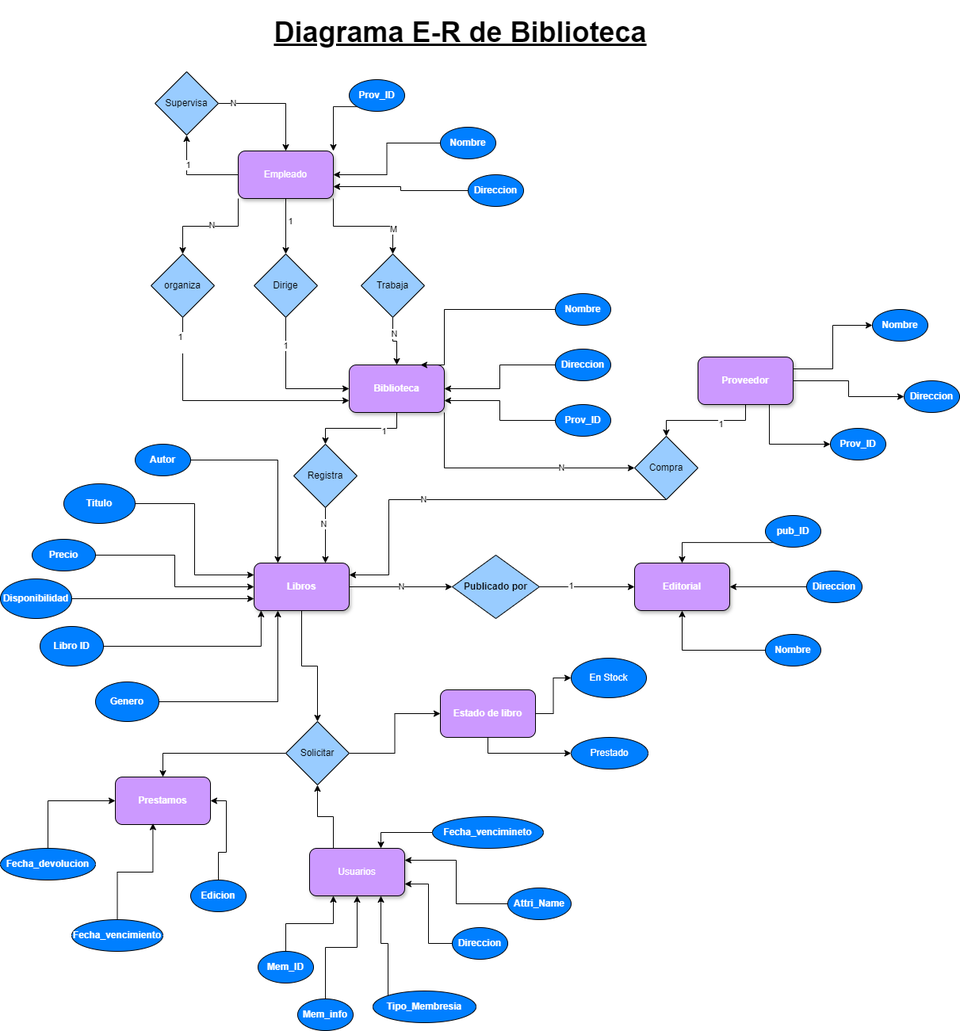
This is Diagrama E-R Biblioteca.drawio.png from Shadow-inmutable/BASE_DATOS-TRABAJOS-CLASES_IV, a draw.io export, as it was before one commit. Source tidied: cells renumbered, new cells last; positions are measured from the earlier drawing's top-left corner, leaving out a move shared by most shapes.
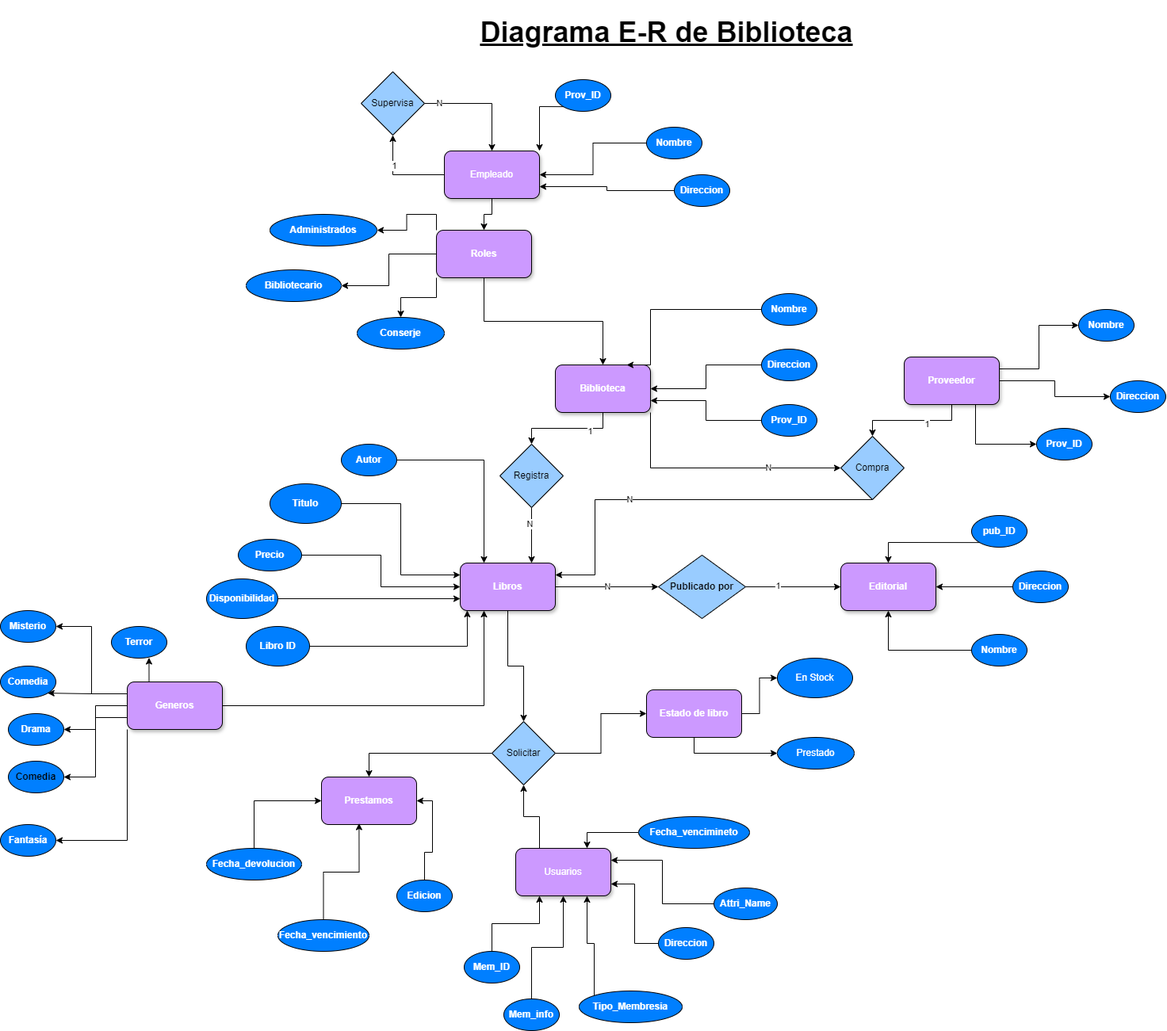
The same diagram one commit later.

Change to the diagram source:
```diff
@@ -29,24 +29,6 @@
     <mxCell id="10" value="1" style="edgeLabel;html=1;align=center;verticalAlign=middle;" parent="9" vertex="1">
       <mxGeometry x="0.35" y="-1" relative="1" as="geometry" />
     </mxCell>
-    <mxCell id="11" style="edgeStyle=orthogonalEdgeStyle;rounded=0;jettySize=auto;html=1;exitX=0.5;exitY=1;exitDx=0;exitDy=0;entryX=0.5;entryY=0;entryDx=0;entryDy=0;" parent="1" edge="1" source="74" target="40">
-      <mxGeometry relative="1" as="geometry" />
-    </mxCell>
-    <mxCell id="12" value="1" style="edgeLabel;html=1;align=center;verticalAlign=middle;" parent="11" vertex="1">
-      <mxGeometry x="-0.2" y="5" relative="1" as="geometry" />
-    </mxCell>
-    <mxCell id="13" style="edgeStyle=orthogonalEdgeStyle;rounded=0;jettySize=auto;html=1;exitX=0;exitY=1;exitDx=0;exitDy=0;" parent="1" edge="1" source="74" target="34">
-      <mxGeometry relative="1" as="geometry" />
-    </mxCell>
-    <mxCell id="14" value="N" style="edgeLabel;html=1;align=center;verticalAlign=middle;" parent="13" vertex="1">
-      <mxGeometry x="-0.01" y="-2" relative="1" as="geometry" />
-    </mxCell>
-    <mxCell id="15" style="edgeStyle=orthogonalEdgeStyle;rounded=0;jettySize=auto;html=1;exitX=1;exitY=1;exitDx=0;exitDy=0;entryX=0.5;entryY=0;entryDx=0;entryDy=0;" parent="1" edge="1" source="74" target="37">
-      <mxGeometry relative="1" as="geometry" />
-    </mxCell>
-    <mxCell id="16" value="M" style="edgeLabel;html=1;align=center;verticalAlign=middle;" parent="15" vertex="1">
-      <mxGeometry x="0.56" relative="1" as="geometry" />
-    </mxCell>
     <mxCell id="17" style="edgeStyle=orthogonalEdgeStyle;rounded=0;jettySize=auto;html=1;exitX=0.5;exitY=1;exitDx=0;exitDy=0;entryX=0.5;entryY=0;entryDx=0;entryDy=0;" parent="1" edge="1" source="75" target="28">
       <mxGeometry relative="1" as="geometry" />
     </mxCell>
@@ -97,33 +79,6 @@
     <mxCell id="31" value="Supervisa" style="rhombus;whiteSpace=wrap;html=1;fillColor=#99CCFF;" parent="1" vertex="1">
       <mxGeometry x="195" y="90" width="80" height="80" as="geometry" />
     </mxCell>
-    <mxCell id="32" style="edgeStyle=orthogonalEdgeStyle;rounded=0;jettySize=auto;html=1;exitX=0.5;exitY=1;exitDx=0;exitDy=0;entryX=0;entryY=0.75;entryDx=0;entryDy=0;" parent="1" edge="1" source="34" target="75">
-      <mxGeometry relative="1" as="geometry" />
-    </mxCell>
-    <mxCell id="33" value="1&lt;div&gt;&lt;br&gt;&lt;/div&gt;" style="edgeLabel;html=1;align=center;verticalAlign=middle;" parent="32" vertex="1">
-      <mxGeometry x="-0.81" y="-4" relative="1" as="geometry" />
-    </mxCell>
-    <mxCell id="34" value="organiza" style="rhombus;whiteSpace=wrap;html=1;fillColor=#99CCFF;" parent="1" vertex="1">
-      <mxGeometry x="190" y="320" width="80" height="80" as="geometry" />
-    </mxCell>
-    <mxCell id="35" style="edgeStyle=orthogonalEdgeStyle;rounded=0;jettySize=auto;html=1;exitX=0.5;exitY=1;exitDx=0;exitDy=0;entryX=0.5;entryY=0;entryDx=0;entryDy=0;" parent="1" edge="1" source="37" target="75">
-      <mxGeometry relative="1" as="geometry" />
-    </mxCell>
-    <mxCell id="36" value="N" style="edgeLabel;html=1;align=center;verticalAlign=middle;" parent="35" vertex="1">
-      <mxGeometry x="-0.38" y="1" relative="1" as="geometry" />
-    </mxCell>
-    <mxCell id="37" value="Trabaja" style="rhombus;whiteSpace=wrap;html=1;fillColor=#99CCFF;" parent="1" vertex="1">
-      <mxGeometry x="455" y="320" width="80" height="80" as="geometry" />
-    </mxCell>
-    <mxCell id="38" style="edgeStyle=orthogonalEdgeStyle;rounded=0;jettySize=auto;html=1;exitX=0.5;exitY=1;exitDx=0;exitDy=0;entryX=0;entryY=0.5;entryDx=0;entryDy=0;" parent="1" edge="1" source="40" target="75">
-      <mxGeometry relative="1" as="geometry" />
-    </mxCell>
-    <mxCell id="39" value="1" style="edgeLabel;html=1;align=center;verticalAlign=middle;" parent="38" vertex="1">
-      <mxGeometry x="-0.59" y="-1" relative="1" as="geometry" />
-    </mxCell>
-    <mxCell id="40" value="Dirige" style="rhombus;whiteSpace=wrap;html=1;fillColor=#99CCFF;" parent="1" vertex="1">
-      <mxGeometry x="320" y="320" width="80" height="80" as="geometry" />
-    </mxCell>
     <mxCell id="41" style="edgeStyle=orthogonalEdgeStyle;rounded=0;jettySize=auto;html=1;exitX=1;exitY=0.5;exitDx=0;exitDy=0;entryX=0.074;entryY=0.998;entryDx=0;entryDy=0;entryPerimeter=0;" parent="1" edge="1" source="42" target="82">
       <mxGeometry relative="1" as="geometry" />
     </mxCell>
@@ -223,6 +178,9 @@
     <mxCell id="73" value="&lt;font color=&quot;#ffffff&quot;&gt;&lt;b&gt;Fecha_devolucion&lt;/b&gt;&lt;/font&gt;" style="ellipse;whiteSpace=wrap;html=1;fillColor=#007FFF;" parent="1" vertex="1">
       <mxGeometry y="1070" width="120" height="40" as="geometry" />
     </mxCell>
+    <mxCell id="111" style="edgeStyle=orthogonalEdgeStyle;rounded=0;jettySize=auto;html=1;exitX=0.5;exitY=1;exitDx=0;exitDy=0;entryX=0.5;entryY=0;entryDx=0;entryDy=0;" parent="1" edge="1" source="74" target="129">
+      <mxGeometry relative="1" as="geometry" />
+    </mxCell>
     <mxCell id="74" value="&lt;font color=&quot;#ffffff&quot;&gt;Empleado&lt;/font&gt;" style="rounded=1;whiteSpace=wrap;html=1;fillColor=#CC99FF;shadow=1;" parent="1" vertex="1">
       <mxGeometry x="300" y="190" width="120" height="60" as="geometry" />
     </mxCell>
@@ -253,12 +211,9 @@
     <mxCell id="83" value="&lt;font style=&quot;font-size: 36px;&quot;&gt;&lt;u&gt;Diagrama E-R de Biblioteca&lt;/u&gt;&lt;/font&gt;" style="text;strokeColor=none;fillColor=none;html=1;fontSize=24;fontStyle=1;verticalAlign=middle;align=center;" parent="1" vertex="1">
       <mxGeometry x="415" width="330" height="80" as="geometry" />
     </mxCell>
-    <mxCell id="84" style="edgeStyle=orthogonalEdgeStyle;rounded=0;jettySize=auto;html=1;exitX=1;exitY=0.5;exitDx=0;exitDy=0;entryX=0.25;entryY=1;entryDx=0;entryDy=0;" parent="1" edge="1" source="85" target="82">
+    <mxCell id="84" style="edgeStyle=orthogonalEdgeStyle;rounded=0;jettySize=auto;html=1;exitX=1;exitY=0.5;exitDx=0;exitDy=0;entryX=0.25;entryY=1;entryDx=0;entryDy=0;" parent="1" edge="1" source="117" target="82">
       <mxGeometry relative="1" as="geometry" />
     </mxCell>
-    <mxCell id="85" value="&lt;font color=&quot;#ffffff&quot;&gt;&lt;b&gt;Genero&lt;/b&gt;&lt;/font&gt;" style="ellipse;whiteSpace=wrap;html=1;fillColor=#007FFF;" parent="1" vertex="1">
-      <mxGeometry x="120" y="860" width="80" height="50" as="geometry" />
-    </mxCell>
     <mxCell id="86" value="&lt;font color=&quot;#ffffff&quot;&gt;&lt;b&gt;Prestamos&lt;/b&gt;&lt;/font&gt;" style="rounded=1;whiteSpace=wrap;html=1;fillColor=#CC99FF;" parent="1" vertex="1">
       <mxGeometry x="145" y="980" width="120" height="60" as="geometry" />
     </mxCell>
@@ -339,5 +294,68 @@
     <mxCell id="110" value="&lt;font color=&quot;#ffffff&quot;&gt;&lt;b&gt;Prov_ID&lt;/b&gt;&lt;/font&gt;" style="ellipse;whiteSpace=wrap;html=1;fillColor=#007FFF;" parent="1" vertex="1">
       <mxGeometry x="440" y="100" width="70" height="40" as="geometry" />
     </mxCell>
+    <mxCell id="112" style="edgeStyle=orthogonalEdgeStyle;rounded=0;jettySize=auto;html=1;exitX=0;exitY=0.25;exitDx=0;exitDy=0;entryX=1;entryY=0.5;entryDx=0;entryDy=0;" parent="1" edge="1" source="117" target="122">
+      <mxGeometry relative="1" as="geometry" />
+    </mxCell>
+    <mxCell id="113" style="edgeStyle=orthogonalEdgeStyle;rounded=0;jettySize=auto;html=1;exitX=0;exitY=0.5;exitDx=0;exitDy=0;entryX=1;entryY=0.5;entryDx=0;entryDy=0;" parent="1" edge="1" source="117" target="121">
+      <mxGeometry relative="1" as="geometry" />
+    </mxCell>
+    <mxCell id="114" style="edgeStyle=orthogonalEdgeStyle;rounded=0;jettySize=auto;html=1;exitX=0;exitY=1;exitDx=0;exitDy=0;entryX=1;entryY=0.5;entryDx=0;entryDy=0;" parent="1" edge="1" source="117" target="123">
+      <mxGeometry relative="1" as="geometry" />
+    </mxCell>
+    <mxCell id="115" style="edgeStyle=orthogonalEdgeStyle;rounded=0;jettySize=auto;html=1;exitX=0;exitY=0.25;exitDx=0;exitDy=0;entryX=1;entryY=1;entryDx=0;entryDy=0;" parent="1" edge="1" source="117" target="120">
+      <mxGeometry relative="1" as="geometry" />
+    </mxCell>
+    <mxCell id="116" style="edgeStyle=orthogonalEdgeStyle;rounded=0;jettySize=auto;html=1;exitX=0;exitY=0.75;exitDx=0;exitDy=0;entryX=1;entryY=0.5;entryDx=0;entryDy=0;" parent="1" edge="1" source="117" target="119">
+      <mxGeometry relative="1" as="geometry" />
+    </mxCell>
+    <mxCell id="117" value="&lt;font color=&quot;#ffffff&quot;&gt;&lt;b&gt;Generos&lt;/b&gt;&lt;/font&gt;" style="rounded=1;whiteSpace=wrap;html=1;fillColor=#CC99FF;shadow=1;" parent="1" vertex="1">
+      <mxGeometry x="-100" y="860" width="120" height="60" as="geometry" />
+    </mxCell>
+    <mxCell id="118" value="&lt;font color=&quot;#ffffff&quot;&gt;&lt;b&gt;Terror&lt;/b&gt;&lt;/font&gt;" style="ellipse;whiteSpace=wrap;html=1;fillColor=#007FFF;" parent="1" vertex="1">
+      <mxGeometry x="-120" y="790" width="70" height="40" as="geometry" />
+    </mxCell>
+    <mxCell id="119" value="&lt;b&gt;Comedia&lt;/b&gt;" style="ellipse;whiteSpace=wrap;html=1;fillColor=#007FFF;" parent="1" vertex="1">
+      <mxGeometry x="-250" y="960" width="70" height="40" as="geometry" />
+    </mxCell>
+    <mxCell id="120" value="&lt;font color=&quot;#ffffff&quot;&gt;&lt;b&gt;Comedia&lt;/b&gt;&lt;/font&gt;" style="ellipse;whiteSpace=wrap;html=1;fillColor=#007FFF;" parent="1" vertex="1">
+      <mxGeometry x="-260" y="840" width="70" height="40" as="geometry" />
+    </mxCell>
+    <mxCell id="121" value="&lt;font color=&quot;#ffffff&quot;&gt;&lt;b&gt;Drama&lt;/b&gt;&lt;/font&gt;" style="ellipse;whiteSpace=wrap;html=1;fillColor=#007FFF;" parent="1" vertex="1">
+      <mxGeometry x="-250" y="900" width="70" height="40" as="geometry" />
+    </mxCell>
+    <mxCell id="122" value="&lt;font color=&quot;#ffffff&quot;&gt;&lt;b&gt;Misterio&lt;/b&gt;&lt;/font&gt;" style="ellipse;whiteSpace=wrap;html=1;fillColor=#007FFF;" parent="1" vertex="1">
+      <mxGeometry x="-260" y="770" width="70" height="40" as="geometry" />
+    </mxCell>
+    <mxCell id="123" value="&lt;font color=&quot;#ffffff&quot;&gt;&lt;b&gt;Fantasía&lt;/b&gt;&lt;/font&gt;" style="ellipse;whiteSpace=wrap;html=1;fillColor=#007FFF;" parent="1" vertex="1">
+      <mxGeometry x="-260" y="1040" width="70" height="40" as="geometry" />
+    </mxCell>
+    <mxCell id="124" style="edgeStyle=orthogonalEdgeStyle;rounded=0;jettySize=auto;html=1;exitX=0.25;exitY=0;exitDx=0;exitDy=0;entryX=0.678;entryY=0.987;entryDx=0;entryDy=0;entryPerimeter=0;" parent="1" edge="1" source="117" target="118">
+      <mxGeometry relative="1" as="geometry" />
+    </mxCell>
+    <mxCell id="125" style="edgeStyle=orthogonalEdgeStyle;rounded=0;jettySize=auto;html=1;exitX=0.5;exitY=1;exitDx=0;exitDy=0;entryX=0.5;entryY=0;entryDx=0;entryDy=0;" parent="1" edge="1" source="129" target="75">
+      <mxGeometry relative="1" as="geometry" />
+    </mxCell>
+    <mxCell id="126" style="edgeStyle=orthogonalEdgeStyle;rounded=0;jettySize=auto;html=1;exitX=0;exitY=0.5;exitDx=0;exitDy=0;entryX=1;entryY=0.5;entryDx=0;entryDy=0;" parent="1" edge="1" source="129" target="130">
+      <mxGeometry relative="1" as="geometry" />
+    </mxCell>
+    <mxCell id="127" style="edgeStyle=orthogonalEdgeStyle;rounded=0;jettySize=auto;html=1;exitX=0;exitY=0;exitDx=0;exitDy=0;entryX=1;entryY=0.5;entryDx=0;entryDy=0;" parent="1" edge="1" source="129" target="131">
+      <mxGeometry relative="1" as="geometry" />
+    </mxCell>
+    <mxCell id="128" style="edgeStyle=orthogonalEdgeStyle;rounded=0;jettySize=auto;html=1;exitX=0;exitY=1;exitDx=0;exitDy=0;entryX=0.5;entryY=0;entryDx=0;entryDy=0;" parent="1" edge="1" source="129" target="132">
+      <mxGeometry relative="1" as="geometry" />
+    </mxCell>
+    <mxCell id="129" value="&lt;b&gt;&lt;font color=&quot;#ffffff&quot;&gt;Roles&lt;/font&gt;&lt;/b&gt;" style="rounded=1;whiteSpace=wrap;html=1;fillColor=#CC99FF;shadow=1;" parent="1" vertex="1">
+      <mxGeometry x="290" y="290" width="120" height="60" as="geometry" />
+    </mxCell>
+    <mxCell id="130" value="&lt;font color=&quot;#ffffff&quot;&gt;&lt;b&gt;Bibliotecario&lt;/b&gt;&lt;/font&gt;" style="ellipse;whiteSpace=wrap;html=1;fillColor=#007FFF;" parent="1" vertex="1">
+      <mxGeometry x="50" y="340" width="120" height="40" as="geometry" />
+    </mxCell>
+    <mxCell id="131" value="&lt;font color=&quot;#ffffff&quot;&gt;&lt;b&gt;Administrados&lt;/b&gt;&lt;/font&gt;" style="ellipse;whiteSpace=wrap;html=1;fillColor=#007FFF;" parent="1" vertex="1">
+      <mxGeometry x="80" y="270" width="135" height="40" as="geometry" />
+    </mxCell>
+    <mxCell id="132" value="&lt;font color=&quot;#ffffff&quot;&gt;&lt;b&gt;Conserje&lt;/b&gt;&lt;/font&gt;" style="ellipse;whiteSpace=wrap;html=1;fillColor=#007FFF;" parent="1" vertex="1">
+      <mxGeometry x="190" y="400" width="110" height="40" as="geometry" />
+    </mxCell>
   </root>
 </mxGraphModel>
```
